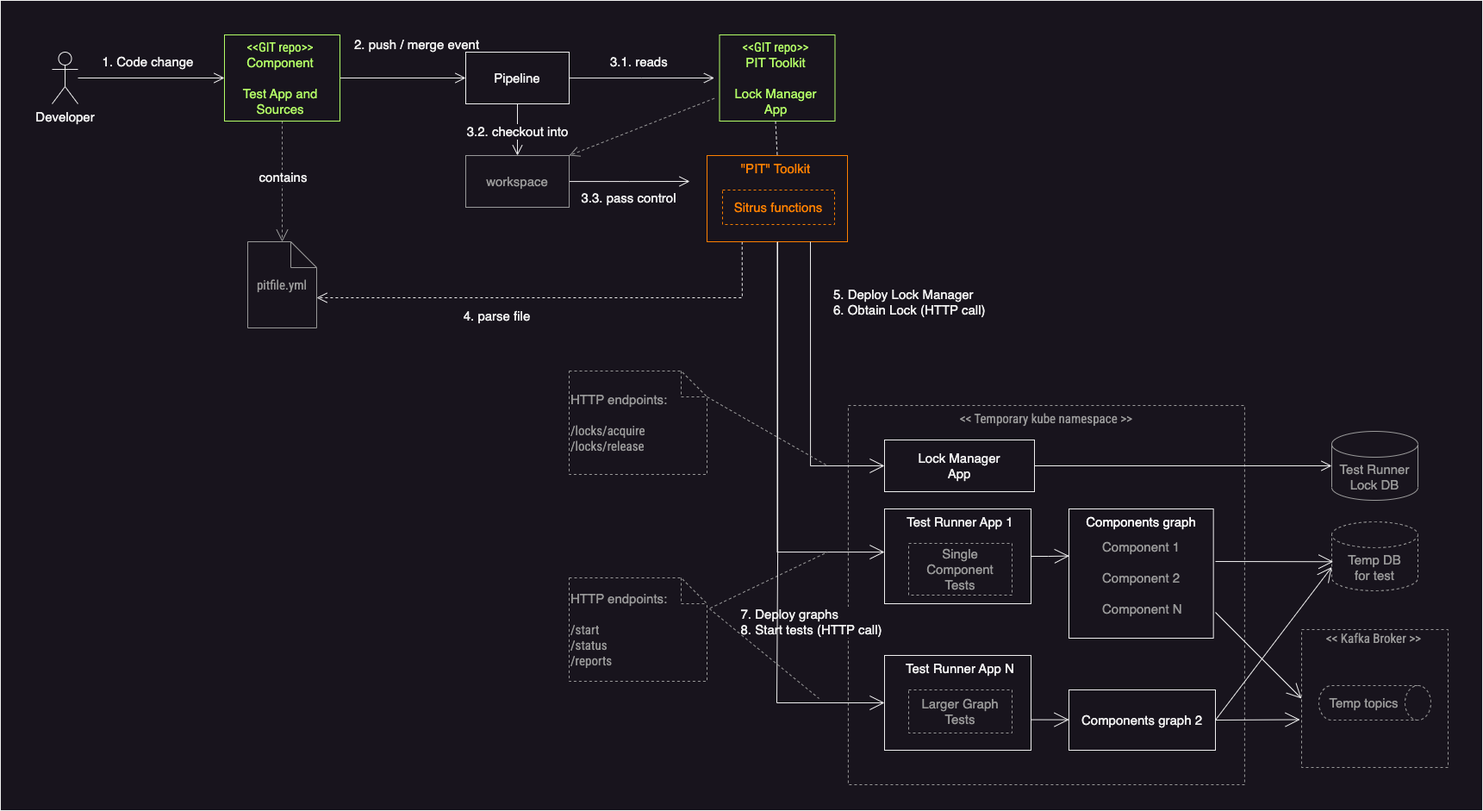
This is docs/arch.png from kindredgroup/pit-toolkit, a draw.io export, as it was before one commit. Source tidied: cells renumbered, new cells last; positions are measured from the earlier drawing's top-left corner, leaving out a move shared by most shapes.
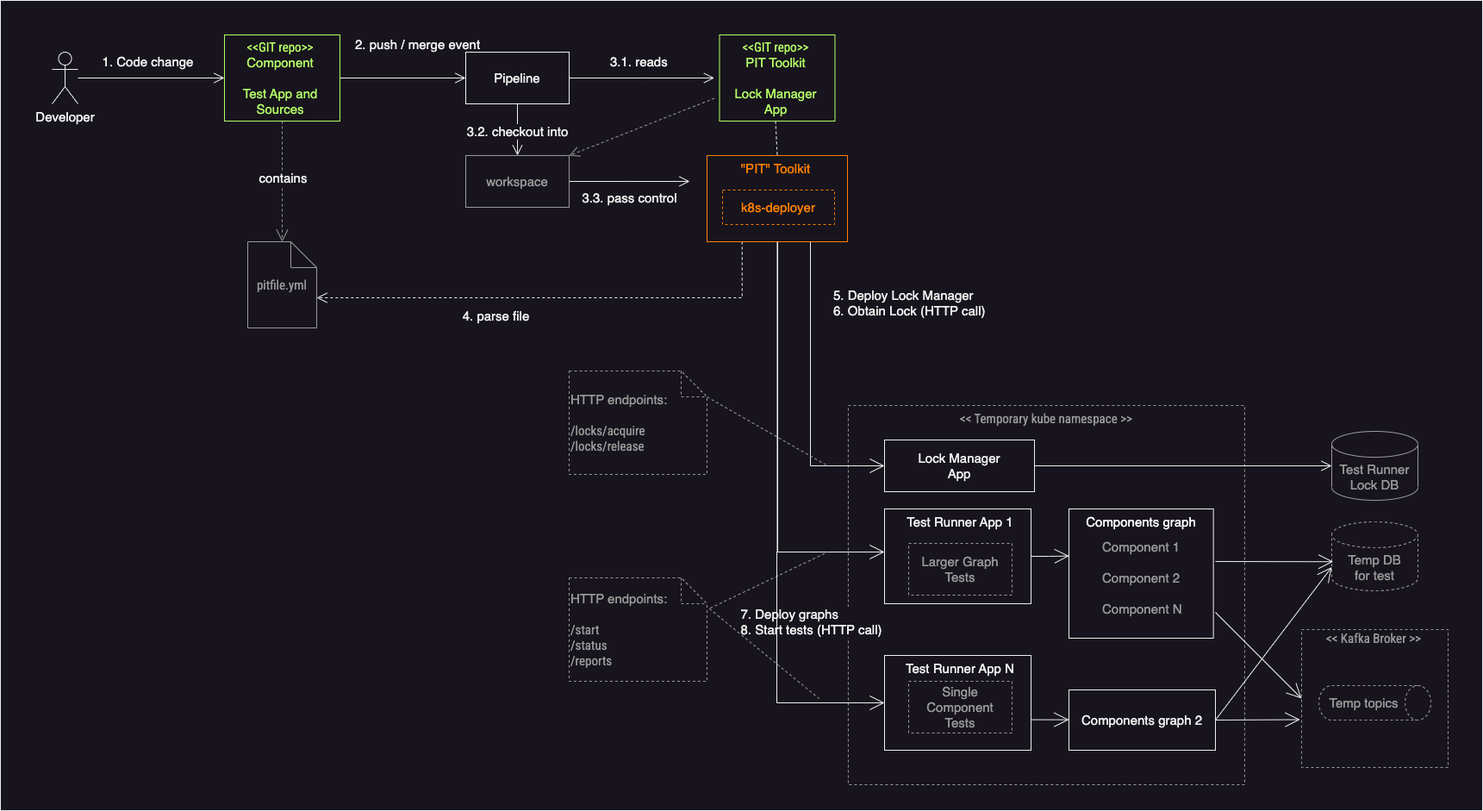
The same diagram one commit later.

Change to the diagram source:
```diff
@@ -141,7 +141,7 @@
     <mxCell id="39" value="&lt;font color=&quot;#ff8000&quot;&gt;&quot;PIT&quot; Toolkit&lt;/font&gt;" style="text;html=1;strokeColor=none;fillColor=none;align=center;verticalAlign=middle;whiteSpace=wrap;rounded=0;fontColor=#999999;fontSize=15;" parent="37" vertex="1">
       <mxGeometry width="160" height="30" as="geometry" />
     </mxCell>
-    <mxCell id="40" value="Sitrus functions" style="rounded=0;whiteSpace=wrap;html=1;fontSize=15;strokeColor=#FF8000;fontColor=#FF8000;dashed=1;" parent="37" vertex="1">
+    <mxCell id="40" value="k8s-deployer" style="rounded=0;whiteSpace=wrap;html=1;fontSize=15;strokeColor=#FF8000;fontColor=#FF8000;dashed=1;" parent="37" vertex="1">
       <mxGeometry x="18" y="40" width="130" height="40" as="geometry" />
     </mxCell>
     <mxCell id="41" style="rounded=0;jettySize=auto;html=1;exitX=0.5;exitY=1;exitDx=0;exitDy=0;endArrow=open;endFill=0;endSize=15;edgeStyle=orthogonalEdgeStyle;entryX=0;entryY=0.5;entryDx=0;entryDy=0;" parent="1" edge="1" target="44">
@@ -165,8 +165,8 @@
     <mxCell id="45" value="Test Runner App N" style="text;html=1;strokeColor=none;fillColor=none;align=center;verticalAlign=middle;whiteSpace=wrap;rounded=0;fontSize=15;" parent="43" vertex="1">
       <mxGeometry x="23" width="130" height="30" as="geometry" />
     </mxCell>
-    <mxCell id="46" value="Larger Graph Tests" style="rounded=0;whiteSpace=wrap;html=1;fontSize=15;fontColor=#999999;strokeColor=#999999;dashed=1;" parent="43" vertex="1">
-      <mxGeometry x="28" y="40" width="120" height="50" as="geometry" />
+    <mxCell id="46" value="Single Component&lt;br&gt;Tests" style="rounded=0;whiteSpace=wrap;html=1;fontSize=15;fontColor=#999999;strokeColor=#999999;dashed=1;" parent="43" vertex="1">
+      <mxGeometry x="28" y="30" width="120" height="60" as="geometry" />
     </mxCell>
     <mxCell id="47" style="group;" parent="1" vertex="1">
       <mxGeometry x="1026" y="590" width="170" height="110" as="geometry" />
@@ -177,7 +177,7 @@
     <mxCell id="49" value="Test Runner App 1" style="text;html=1;strokeColor=none;fillColor=none;align=center;verticalAlign=middle;whiteSpace=wrap;rounded=0;fontSize=15;" parent="47" vertex="1">
       <mxGeometry x="23" width="130" height="30" as="geometry" />
     </mxCell>
-    <mxCell id="50" value="Single Component&lt;br&gt;Tests" style="rounded=0;whiteSpace=wrap;html=1;fontSize=15;fontColor=#999999;strokeColor=#999999;dashed=1;" parent="47" vertex="1">
+    <mxCell id="50" value="Larger Graph Tests" style="rounded=0;whiteSpace=wrap;html=1;fontSize=15;fontColor=#999999;strokeColor=#999999;dashed=1;" parent="47" vertex="1">
       <mxGeometry x="28" y="40" width="120" height="60" as="geometry" />
     </mxCell>
     <mxCell id="51" style="rounded=0;jettySize=auto;html=1;endArrow=open;endFill=0;endSize=15;entryX=0;entryY=0.5;entryDx=0;entryDy=0;edgeStyle=orthogonalEdgeStyle;" parent="1" edge="1" target="42">
```
